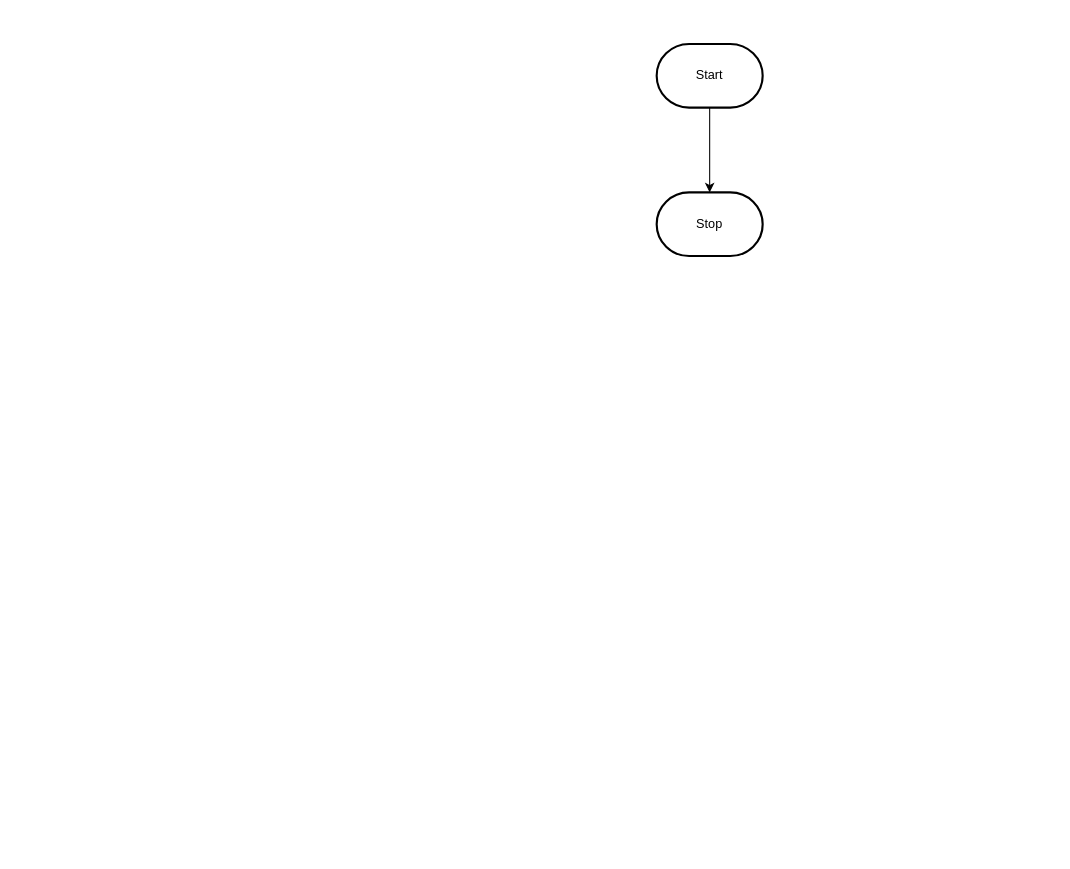
Above: design/flowchart.drawio in MTHS-TEJ2O-1-2023/TEJ2O-Unit-2-15-Liya-Getachew (draw.io), before the change. Source tidied: cells renumbered, new cells numbered last; positions are measured from the earlier drawing's top-left corner, leaving out a move shared by most shapes. Both pictures are drawn from the tidied source at 106%, with x=0, y=0 at pixel (656, 43).
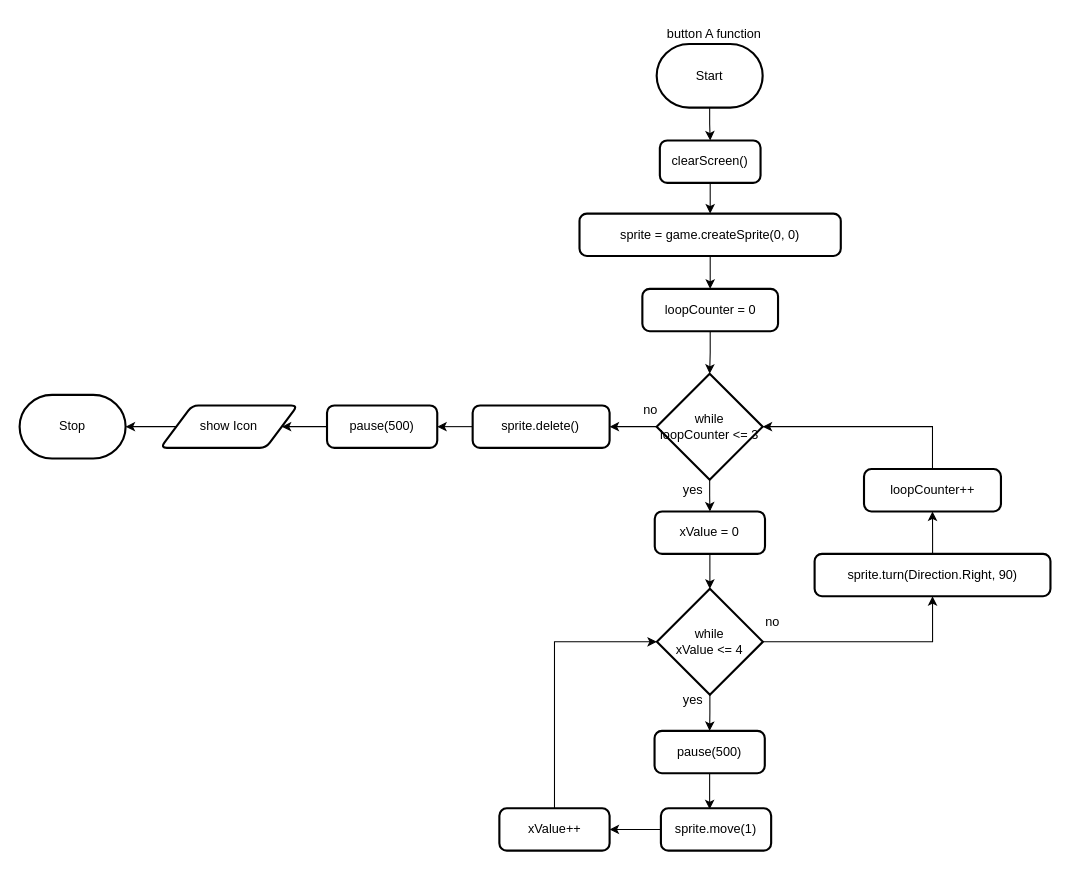
The same diagram, later.

The change refers to these unchanged cells:
```xml
<mxCell id="3" value="Start" style="strokeWidth=2;html=1;shape=mxgraph.flowchart.terminator;whiteSpace=wrap;" parent="1" vertex="1">
  <mxGeometry width="100" height="60" as="geometry" />
</mxCell>
```

Diff of the diagram source:
```diff
@@
-    <mxCell id="2" style="edgeStyle=orthogonalEdgeStyle;html=1;rounded=0;" parent="1" edge="1" source="3" target="4">
-      <mxGeometry relative="1" as="geometry" />
-    </mxCell>
+    <mxCell id="5" style="edgeStyle=orthogonalEdgeStyle;html=1;rounded=0;" parent="1" edge="1" source="3" target="2">
+      <mxGeometry relative="1" as="geometry" />
+    </mxCell>
@@
     <mxCell id="4" value="Stop" style="strokeWidth=2;html=1;shape=mxgraph.flowchart.terminator;whiteSpace=wrap;" parent="1" vertex="1">
-      <mxGeometry y="140" width="100" height="60" as="geometry" />
+      <mxGeometry x="-601" y="331" width="100" height="60" as="geometry" />
     </mxCell>
+    <mxCell id="6" style="edgeStyle=orthogonalEdgeStyle;rounded=0;html=1;" parent="1" edge="1" source="2" target="8">
+      <mxGeometry relative="1" as="geometry" />
+    </mxCell>
+    <mxCell id="2" value="clearScreen()" style="rounded=1;whiteSpace=wrap;html=1;absoluteArcSize=1;arcSize=14;strokeWidth=2;" parent="1" vertex="1">
+      <mxGeometry x="3" y="91" width="95" height="40" as="geometry" />
+    </mxCell>
+    <mxCell id="7" style="edgeStyle=orthogonalEdgeStyle;rounded=0;html=1;" parent="1" edge="1" source="8" target="10">
+      <mxGeometry relative="1" as="geometry" />
+    </mxCell>
+    <mxCell id="8" value="sprite = game.createSprite(0, 0)" style="rounded=1;whiteSpace=wrap;html=1;absoluteArcSize=1;arcSize=14;strokeWidth=2;" parent="1" vertex="1">
+      <mxGeometry x="-72.8" y="160" width="246.5" height="40" as="geometry" />
+    </mxCell>
+    <mxCell id="9" style="edgeStyle=orthogonalEdgeStyle;rounded=0;html=1;" parent="1" edge="1" source="10" target="13">
+      <mxGeometry relative="1" as="geometry" />
+    </mxCell>
+    <mxCell id="10" value="loopCounter = 0" style="rounded=1;whiteSpace=wrap;html=1;absoluteArcSize=1;arcSize=14;strokeWidth=2;" parent="1" vertex="1">
+      <mxGeometry x="-13.5" y="231" width="128" height="40" as="geometry" />
+    </mxCell>
+    <mxCell id="11" style="edgeStyle=orthogonalEdgeStyle;rounded=0;html=1;entryX=0.5;entryY=0;entryDx=0;entryDy=0;" parent="1" edge="1" source="13" target="15">
+      <mxGeometry relative="1" as="geometry" />
+    </mxCell>
+    <mxCell id="12" style="edgeStyle=orthogonalEdgeStyle;rounded=0;html=1;entryX=1;entryY=0.5;entryDx=0;entryDy=0;" parent="1" edge="1" source="13" target="30">
+      <mxGeometry relative="1" as="geometry" />
+    </mxCell>
+    <mxCell id="13" value="while&lt;br&gt;loopCounter &amp;lt;= 3" style="strokeWidth=2;html=1;shape=mxgraph.flowchart.decision;whiteSpace=wrap;" parent="1" vertex="1">
+      <mxGeometry y="311" width="100" height="100" as="geometry" />
+    </mxCell>
+    <mxCell id="14" style="edgeStyle=orthogonalEdgeStyle;rounded=0;html=1;" parent="1" edge="1" source="15" target="18">
+      <mxGeometry relative="1" as="geometry" />
+    </mxCell>
+    <mxCell id="15" value="xValue = 0" style="rounded=1;whiteSpace=wrap;html=1;absoluteArcSize=1;arcSize=14;strokeWidth=2;" parent="1" vertex="1">
+      <mxGeometry x="-1.8" y="441" width="104" height="40" as="geometry" />
+    </mxCell>
+    <mxCell id="16" style="edgeStyle=orthogonalEdgeStyle;rounded=0;html=1;entryX=0.5;entryY=0;entryDx=0;entryDy=0;" parent="1" edge="1" source="18" target="20">
+      <mxGeometry relative="1" as="geometry" />
+    </mxCell>
+    <mxCell id="17" style="edgeStyle=orthogonalEdgeStyle;rounded=0;html=1;entryX=0.5;entryY=1;entryDx=0;entryDy=0;" parent="1" edge="1" source="18" target="26">
+      <mxGeometry relative="1" as="geometry" />
+    </mxCell>
+    <mxCell id="18" value="while&lt;br&gt;xValue &amp;lt;= 4" style="strokeWidth=2;html=1;shape=mxgraph.flowchart.decision;whiteSpace=wrap;" parent="1" vertex="1">
+      <mxGeometry x="0.2" y="514" width="100" height="100" as="geometry" />
+    </mxCell>
+    <mxCell id="19" style="edgeStyle=orthogonalEdgeStyle;rounded=0;html=1;entryX=0.442;entryY=0.025;entryDx=0;entryDy=0;entryPerimeter=0;" parent="1" edge="1" source="20" target="22">
+      <mxGeometry relative="1" as="geometry" />
+    </mxCell>
+    <mxCell id="20" value="pause(500)" style="rounded=1;whiteSpace=wrap;html=1;absoluteArcSize=1;arcSize=14;strokeWidth=2;" parent="1" vertex="1">
+      <mxGeometry x="-2" y="648" width="104" height="40" as="geometry" />
+    </mxCell>
+    <mxCell id="21" style="edgeStyle=orthogonalEdgeStyle;rounded=0;html=1;entryX=1;entryY=0.5;entryDx=0;entryDy=0;" parent="1" edge="1" source="22" target="24">
+      <mxGeometry relative="1" as="geometry" />
+    </mxCell>
+    <mxCell id="22" value="sprite.move(1)" style="rounded=1;whiteSpace=wrap;html=1;absoluteArcSize=1;arcSize=14;strokeWidth=2;" parent="1" vertex="1">
+      <mxGeometry x="4" y="721" width="104" height="40" as="geometry" />
+    </mxCell>
+    <mxCell id="23" style="edgeStyle=orthogonalEdgeStyle;rounded=0;html=1;entryX=0;entryY=0.5;entryDx=0;entryDy=0;entryPerimeter=0;" parent="1" edge="1" source="24" target="18">
+      <mxGeometry relative="1" as="geometry">
+        <Array as="points">
+          <mxPoint x="-96" y="564" />
+        </Array>
+      </mxGeometry>
+    </mxCell>
+    <mxCell id="24" value="xValue++" style="rounded=1;whiteSpace=wrap;html=1;absoluteArcSize=1;arcSize=14;strokeWidth=2;" parent="1" vertex="1">
+      <mxGeometry x="-148.4" y="721" width="104" height="40" as="geometry" />
+    </mxCell>
+    <mxCell id="25" style="edgeStyle=orthogonalEdgeStyle;rounded=0;html=1;entryX=0.5;entryY=1;entryDx=0;entryDy=0;" parent="1" edge="1" source="26" target="28">
+      <mxGeometry relative="1" as="geometry" />
+    </mxCell>
+    <mxCell id="26" value="sprite.turn(Direction.Right, 90)" style="rounded=1;whiteSpace=wrap;html=1;absoluteArcSize=1;arcSize=14;strokeWidth=2;" parent="1" vertex="1">
+      <mxGeometry x="149" y="481" width="222.5" height="40" as="geometry" />
+    </mxCell>
+    <mxCell id="27" style="edgeStyle=orthogonalEdgeStyle;rounded=0;html=1;entryX=1;entryY=0.5;entryDx=0;entryDy=0;entryPerimeter=0;" parent="1" edge="1" source="28" target="13">
+      <mxGeometry relative="1" as="geometry">
+        <Array as="points">
+          <mxPoint x="260" y="361" />
+        </Array>
+      </mxGeometry>
+    </mxCell>
+    <mxCell id="28" value="loopCounter++" style="rounded=1;whiteSpace=wrap;html=1;absoluteArcSize=1;arcSize=14;strokeWidth=2;" parent="1" vertex="1">
+      <mxGeometry x="195.6" y="401" width="129.2" height="40" as="geometry" />
+    </mxCell>
+    <mxCell id="29" style="edgeStyle=orthogonalEdgeStyle;rounded=0;html=1;entryX=1;entryY=0.5;entryDx=0;entryDy=0;" parent="1" edge="1" source="30" target="34">
+      <mxGeometry relative="1" as="geometry" />
+    </mxCell>
+    <mxCell id="30" value="sprite.delete()" style="rounded=1;whiteSpace=wrap;html=1;absoluteArcSize=1;arcSize=14;strokeWidth=2;" parent="1" vertex="1">
+      <mxGeometry x="-173.6" y="341" width="129.2" height="40" as="geometry" />
+    </mxCell>
+    <mxCell id="31" style="edgeStyle=orthogonalEdgeStyle;rounded=0;html=1;" parent="1" edge="1" source="32" target="4">
+      <mxGeometry relative="1" as="geometry" />
+    </mxCell>
+    <mxCell id="32" value="show Icon" style="shape=parallelogram;html=1;strokeWidth=2;perimeter=parallelogramPerimeter;whiteSpace=wrap;rounded=1;arcSize=12;size=0.23;fontFamily=Helvetica;fontSize=12;fontColor=default;align=center;strokeColor=default;fillColor=default;" parent="1" vertex="1">
+      <mxGeometry x="-468" y="341" width="129.2" height="40" as="geometry" />
+    </mxCell>
+    <mxCell id="33" style="edgeStyle=orthogonalEdgeStyle;rounded=0;html=1;entryX=1;entryY=0.5;entryDx=0;entryDy=0;" parent="1" edge="1" source="34" target="32">
+      <mxGeometry relative="1" as="geometry" />
+    </mxCell>
+    <mxCell id="34" value="pause(500)" style="rounded=1;whiteSpace=wrap;html=1;absoluteArcSize=1;arcSize=14;strokeWidth=2;" parent="1" vertex="1">
+      <mxGeometry x="-311" y="341" width="104" height="40" as="geometry" />
+    </mxCell>
+    <mxCell id="35" value="button A function" style="text;html=1;align=center;verticalAlign=middle;strokeColor=none;fillColor=none;" parent="1" vertex="1">
+      <mxGeometry x="-1" y="-24" width="110" height="30" as="geometry" />
+    </mxCell>
+    <mxCell id="36" value="yes" style="text;html=1;align=center;verticalAlign=middle;strokeColor=none;fillColor=none;" parent="1" vertex="1">
+      <mxGeometry x="14" y="604" width="40" height="30" as="geometry" />
+    </mxCell>
+    <mxCell id="37" value="no" style="text;html=1;align=center;verticalAlign=middle;strokeColor=none;fillColor=none;" parent="1" vertex="1">
+      <mxGeometry x="89" y="531" width="40" height="30" as="geometry" />
+    </mxCell>
+    <mxCell id="38" value="no" style="text;html=1;align=center;verticalAlign=middle;strokeColor=none;fillColor=none;" parent="1" vertex="1">
+      <mxGeometry x="-26" y="331" width="40" height="30" as="geometry" />
+    </mxCell>
+    <mxCell id="39" value="yes" style="text;html=1;align=center;verticalAlign=middle;strokeColor=none;fillColor=none;" parent="1" vertex="1">
+      <mxGeometry x="14" y="406" width="40" height="30" as="geometry" />
+    </mxCell>
```
